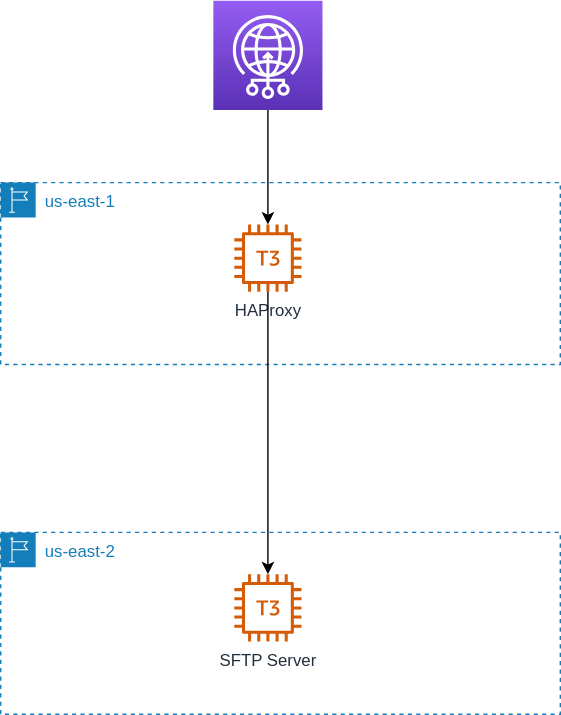
The draw.io diagram arc.svg in flabat/aws-aga-sftp-demo, before a commit. Source tidied: cells renumbered, new cells last; positions are measured from the earlier drawing's top-left corner, leaving out a move shared by most shapes.
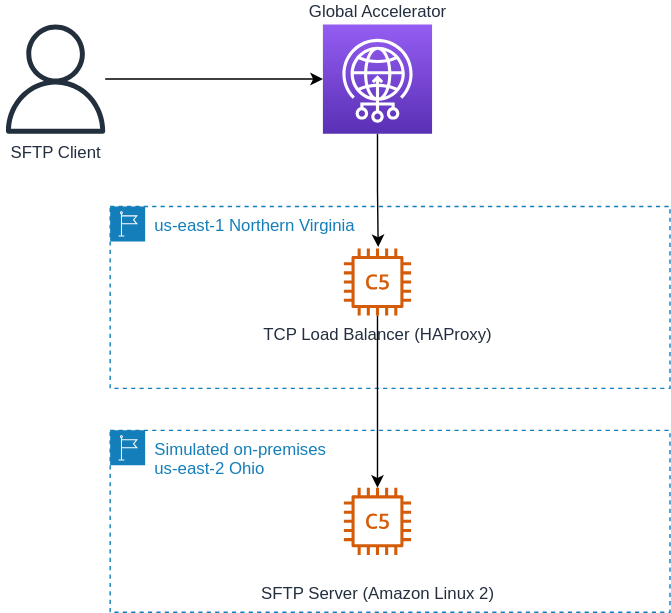
Above is the later version.

Diff of the diagram source:
```diff
@@ -2,26 +2,34 @@
   <root>
     <mxCell id="0" />
     <mxCell id="1" parent="0" />
-    <mxCell id="2" style="edgeStyle=orthogonalEdgeStyle;rounded=0;jettySize=auto;html=1;" parent="1" edge="1" source="3" target="5">
-      <mxGeometry relative="1" as="geometry" />
+    <mxCell id="2" style="edgeStyle=orthogonalEdgeStyle;rounded=0;jettySize=auto;html=1;" parent="1" edge="1" source="3">
+      <mxGeometry relative="1" as="geometry">
+        <mxPoint x="191.5" y="159" as="targetPoint" />
+      </mxGeometry>
     </mxCell>
-    <mxCell id="3" style="sketch=0;points=[[0,0,0],[0.25,0,0],[0.5,0,0],[0.75,0,0],[1,0,0],[0,1,0],[0.25,1,0],[0.5,1,0],[0.75,1,0],[1,1,0],[0,0.25,0],[0,0.5,0],[0,0.75,0],[1,0.25,0],[1,0.5,0],[1,0.75,0]];outlineConnect=0;fontColor=#232F3E;gradientColor=#945DF2;gradientDirection=north;fillColor=#5A30B5;strokeColor=#ffffff;dashed=0;verticalLabelPosition=top;verticalAlign=bottom;align=center;html=1;fontSize=12;fontStyle=0;shape=mxgraph.aws4.resourceIcon;resIcon=mxgraph.aws4.global_accelerator;labelPosition=center;" parent="1" vertex="1">
+    <mxCell id="3" value="Global Accelerator" style="sketch=0;points=[[0,0,0],[0.25,0,0],[0.5,0,0],[0.75,0,0],[1,0,0],[0,1,0],[0.25,1,0],[0.5,1,0],[0.75,1,0],[1,1,0],[0,0.25,0],[0,0.5,0],[0,0.75,0],[1,0.25,0],[1,0.5,0],[1,0.75,0]];outlineConnect=0;fontColor=#232F3E;gradientColor=#945DF2;gradientDirection=north;fillColor=#5A30B5;strokeColor=#ffffff;dashed=0;verticalLabelPosition=top;verticalAlign=bottom;align=center;html=1;fontSize=12;fontStyle=0;shape=mxgraph.aws4.resourceIcon;resIcon=mxgraph.aws4.global_accelerator;labelPosition=center;" parent="1" vertex="1">
       <mxGeometry x="152" width="78" height="78" as="geometry" />
     </mxCell>
-    <mxCell id="4" value="us-east-1" style="gradientColor=none;html=1;whiteSpace=wrap;fontSize=12;fontStyle=0;shape=mxgraph.aws4.group;grIcon=mxgraph.aws4.group_region;strokeColor=#147EBA;fillColor=none;verticalAlign=top;align=left;spacingLeft=30;fontColor=#147EBA;dashed=1;" parent="1" vertex="1">
+    <mxCell id="4" value="us-east-1 Northern Virginia" style="gradientColor=none;html=1;whiteSpace=wrap;fontSize=12;fontStyle=0;shape=mxgraph.aws4.group;grIcon=mxgraph.aws4.group_region;strokeColor=#147EBA;fillColor=none;verticalAlign=top;align=left;spacingLeft=30;fontColor=#147EBA;dashed=1;" parent="1" vertex="1">
       <mxGeometry y="130" width="400" height="130" as="geometry" />
     </mxCell>
-    <mxCell id="5" value="HAProxy" style="sketch=0;outlineConnect=0;fontColor=#232F3E;gradientColor=none;fillColor=#D45B07;strokeColor=none;dashed=0;verticalLabelPosition=bottom;verticalAlign=top;align=center;html=1;fontSize=12;fontStyle=0;shape=mxgraph.aws4.t3_instance;" parent="4" vertex="1">
-      <mxGeometry x="167" y="30" width="48" height="48" as="geometry" />
-    </mxCell>
+    <mxCell id="9" value="TCP Load Balancer (HAProxy)" style="sketch=0;outlineConnect=0;fontColor=#232F3E;gradientColor=none;fillColor=#D45B07;strokeColor=none;dashed=0;verticalLabelPosition=bottom;verticalAlign=top;align=center;html=1;fontSize=12;fontStyle=0;shape=mxgraph.aws4.c5_instance;" parent="4" vertex="1">
+      <mxGeometry x="167" y="30" width="48" height="48" as="geometry" />
+    </mxCell>
-    <mxCell id="6" value="us-east-2" style="gradientColor=none;html=1;whiteSpace=wrap;fontSize=12;fontStyle=0;shape=mxgraph.aws4.group;grIcon=mxgraph.aws4.group_region;strokeColor=#147EBA;fillColor=none;verticalAlign=top;align=left;spacingLeft=30;fontColor=#147EBA;dashed=1;" parent="1" vertex="1">
-      <mxGeometry y="380" width="400" height="130" as="geometry" />
+    <mxCell id="6" value="Simulated on-premises&lt;br&gt;us-east-2 Ohio" style="gradientColor=none;html=1;whiteSpace=wrap;fontSize=12;fontStyle=0;shape=mxgraph.aws4.group;grIcon=mxgraph.aws4.group_region;strokeColor=#147EBA;fillColor=none;verticalAlign=top;align=left;spacingLeft=30;fontColor=#147EBA;dashed=1;" parent="1" vertex="1">
+      <mxGeometry y="290" width="400" height="130" as="geometry" />
     </mxCell>
-    <mxCell id="7" value="SFTP Server" style="sketch=0;outlineConnect=0;fontColor=#232F3E;gradientColor=none;fillColor=#D45B07;strokeColor=none;dashed=0;verticalLabelPosition=bottom;verticalAlign=top;align=center;html=1;fontSize=12;fontStyle=0;shape=mxgraph.aws4.t3_instance;" parent="6" vertex="1">
-      <mxGeometry x="167" y="30" width="48" height="48" as="geometry" />
-    </mxCell>
+    <mxCell id="10" value="&lt;div style=&quot;text-align: start;&quot;&gt;&lt;span style=&quot;background-color: initial; font-size: 0px;&quot;&gt;&lt;font face=&quot;monospace&quot; color=&quot;rgba(0, 0, 0, 0)&quot;&gt;\&lt;/font&gt;&lt;/span&gt;&lt;/div&gt;&lt;div style=&quot;text-align: start;&quot;&gt;&lt;span style=&quot;text-align: center;&quot;&gt;SFTP Server (Amazon Linux 2)&lt;/span&gt;&lt;span style=&quot;background-color: initial; font-size: 0px;&quot;&gt;&lt;font face=&quot;monospace&quot; color=&quot;rgba(0, 0, 0, 0)&quot;&gt;&lt;br&gt;&lt;/font&gt;&lt;/span&gt;&lt;/div&gt;" style="sketch=0;outlineConnect=0;fontColor=#232F3E;gradientColor=none;fillColor=#D45B07;strokeColor=none;dashed=0;verticalLabelPosition=bottom;verticalAlign=top;align=center;html=1;fontSize=12;fontStyle=0;shape=mxgraph.aws4.c5_instance;" parent="6" vertex="1">
+      <mxGeometry x="167" y="41" width="48" height="48" as="geometry" />
+    </mxCell>
-    <mxCell id="8" style="edgeStyle=orthogonalEdgeStyle;rounded=0;jettySize=auto;html=1;" parent="1" edge="1" source="5" target="7">
+    <mxCell id="8" style="edgeStyle=orthogonalEdgeStyle;rounded=0;jettySize=auto;html=1;" parent="1" edge="1" source="9" target="10">
       <mxGeometry relative="1" as="geometry" />
     </mxCell>
+    <mxCell id="11" style="edgeStyle=orthogonalEdgeStyle;rounded=0;jettySize=auto;html=1;entryX=0;entryY=0.5;entryDx=0;entryDy=0;entryPerimeter=0;" parent="1" edge="1" source="12" target="3">
+      <mxGeometry relative="1" as="geometry" />
+    </mxCell>
+    <mxCell id="12" value="SFTP Client" style="sketch=0;outlineConnect=0;fontColor=#232F3E;gradientColor=none;fillColor=#232F3D;strokeColor=none;dashed=0;verticalLabelPosition=bottom;verticalAlign=top;align=center;html=1;fontSize=12;fontStyle=0;shape=mxgraph.aws4.user;" parent="1" vertex="1">
+      <mxGeometry x="-78" width="78" height="78" as="geometry" />
+    </mxCell>
   </root>
 </mxGraphModel>
```
